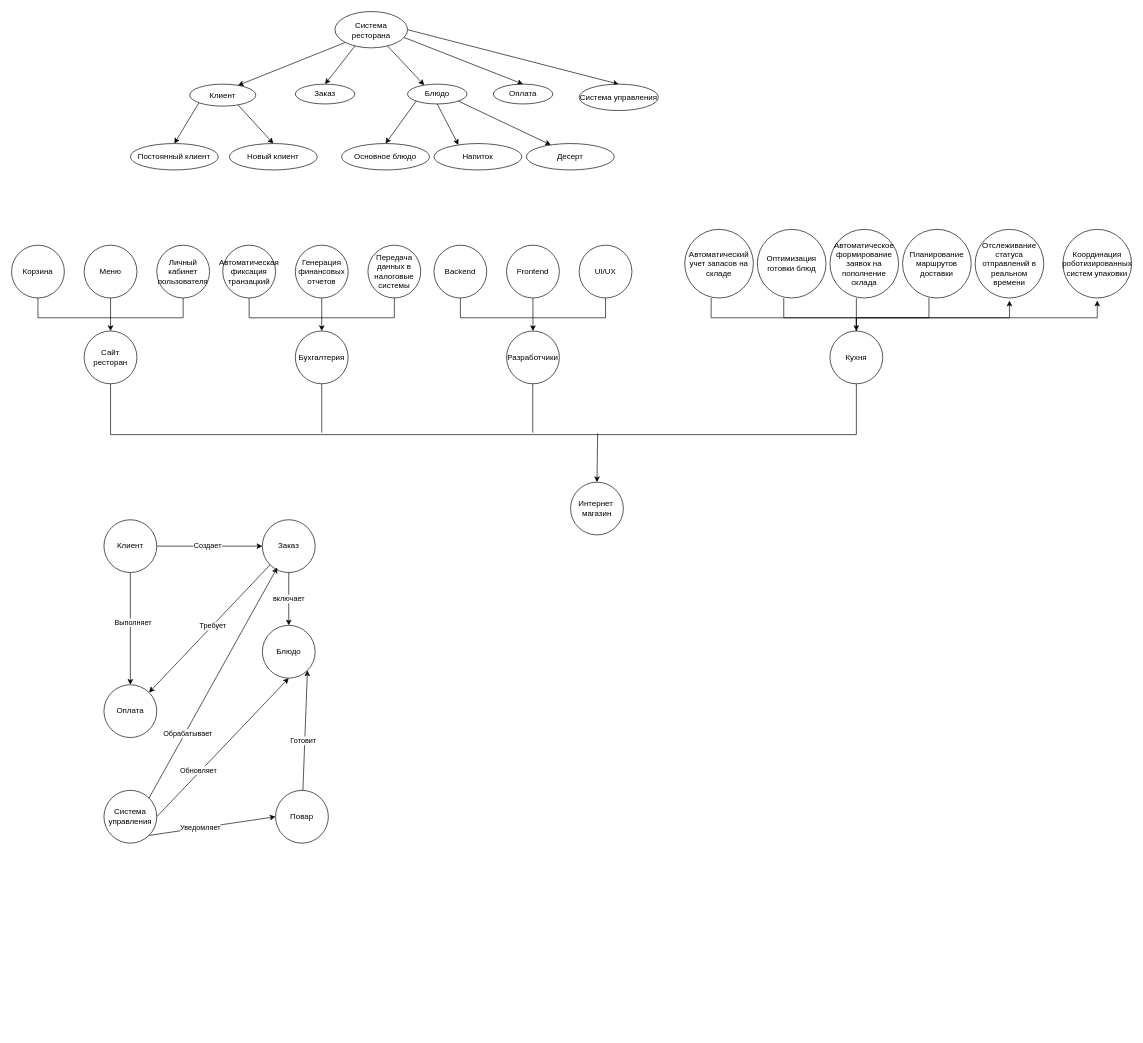
vanyailnitsk/vanyailnitsk.github.io keeps this draw.io diagram as paps_2.drawio. Above is the earlier version. Source tidied: cells renumbered, new cells numbered last; positions are measured from the earlier drawing's top-left corner, leaving out a move shared by most shapes. Both pictures are drawn from the tidied source at 66%, with x=0, y=0 at pixel (11, 11).
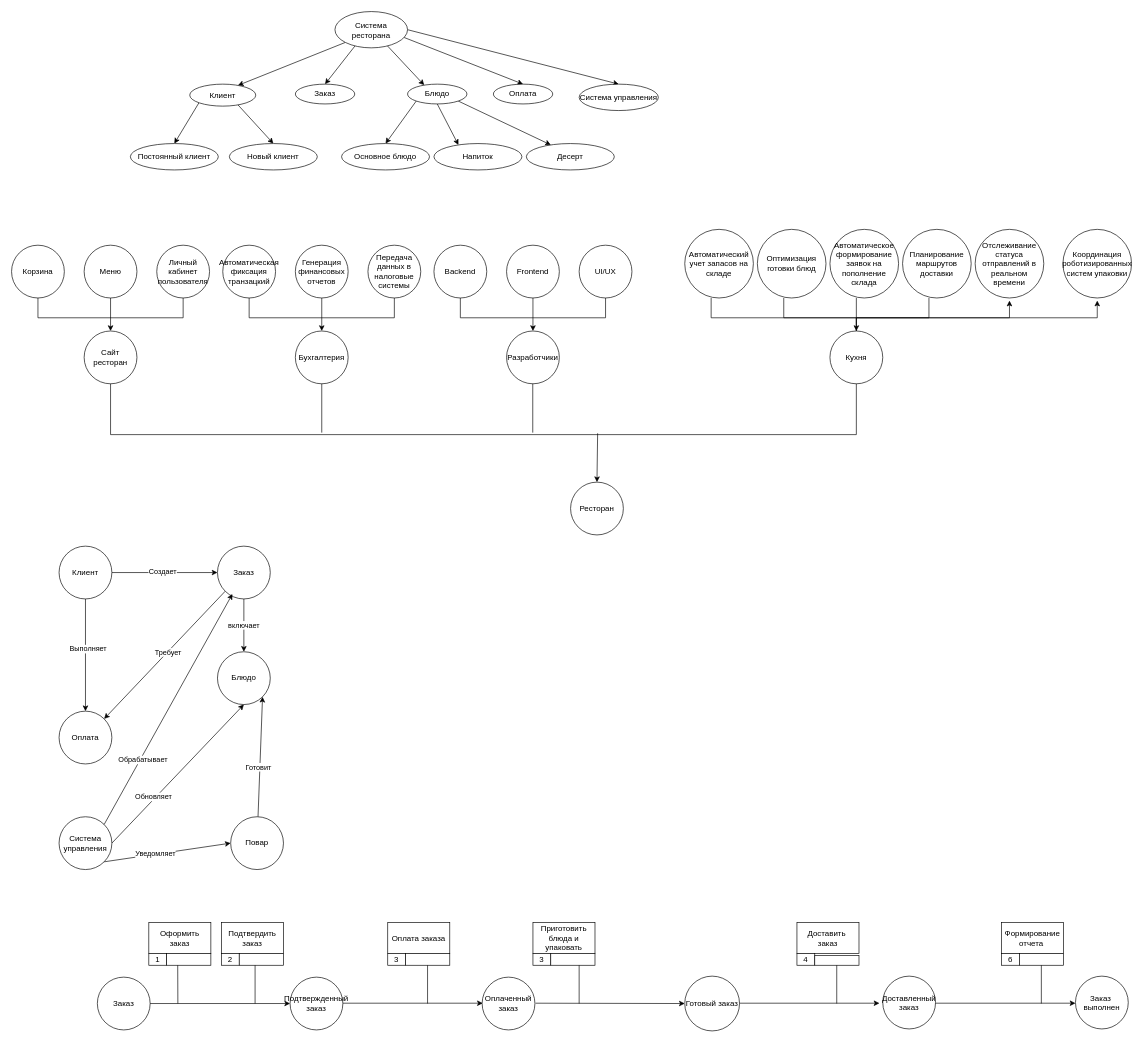
Above is the later version.

What changed in the source:
```diff
@@
     <mxCell id="27" value="Клиент" style="ellipse;whiteSpace=wrap;html=1;rounded=1;" parent="1" vertex="1">
-      <mxGeometry x="140" y="770" width="80" height="80" as="geometry" />
+      <mxGeometry x="72" y="810" width="80" height="80" as="geometry" />
     </mxCell>
@@
     <mxCell id="31" value="Заказ" style="ellipse;whiteSpace=wrap;html=1;rounded=1;" parent="1" vertex="1">
-      <mxGeometry x="380" y="770" width="80" height="80" as="geometry" />
+      <mxGeometry x="312" y="810" width="80" height="80" as="geometry" />
     </mxCell>
     <mxCell id="32" value="Блюдо" style="ellipse;whiteSpace=wrap;html=1;rounded=1;" parent="1" vertex="1">
-      <mxGeometry x="380" y="930" width="80" height="80" as="geometry" />
+      <mxGeometry x="312" y="970" width="80" height="80" as="geometry" />
     </mxCell>
     <mxCell id="33" value="Оплата" style="ellipse;whiteSpace=wrap;html=1;rounded=1;" parent="1" vertex="1">
-      <mxGeometry x="140" y="1020" width="80" height="80" as="geometry" />
+      <mxGeometry x="72" y="1060" width="80" height="80" as="geometry" />
     </mxCell>
@@
     <mxCell id="38" value="Система управления" style="ellipse;whiteSpace=wrap;html=1;rounded=1;" parent="1" vertex="1">
-      <mxGeometry x="140" y="1180" width="80" height="80" as="geometry" />
+      <mxGeometry x="72" y="1220" width="80" height="80" as="geometry" />
     </mxCell>
@@
     <mxCell id="43" value="Повар" style="ellipse;whiteSpace=wrap;html=1;rounded=1;" parent="1" vertex="1">
-      <mxGeometry x="400" y="1180" width="80" height="80" as="geometry" />
+      <mxGeometry x="332" y="1220" width="80" height="80" as="geometry" />
     </mxCell>
@@
-    <mxCell id="74" value="Интернет&amp;nbsp;&lt;div&gt;магазин&lt;/div&gt;" style="ellipse;whiteSpace=wrap;html=1;" parent="1" vertex="1">
+    <mxCell id="74" value="Ресторан" style="ellipse;whiteSpace=wrap;html=1;" parent="1" vertex="1">
       <mxGeometry x="847" y="713" width="80" height="80" as="geometry" />
     </mxCell>
@@
+    <mxCell id="79" value="Заказ" style="ellipse;whiteSpace=wrap;html=1;" parent="1" vertex="1">
+      <mxGeometry x="130" y="1463" width="80" height="80" as="geometry" />
+    </mxCell>
+    <mxCell id="80" value="Подтвержденный заказ" style="ellipse;whiteSpace=wrap;html=1;" parent="1" vertex="1">
+      <mxGeometry x="422" y="1463" width="80" height="80" as="geometry" />
+    </mxCell>
+    <mxCell id="81" value="Готовый заказ" style="ellipse;whiteSpace=wrap;html=1;" parent="1" vertex="1">
+      <mxGeometry x="1020" y="1461.5" width="83" height="83" as="geometry" />
+    </mxCell>
+    <mxCell id="82" value="Доставленный&lt;div&gt;заказ&lt;/div&gt;" style="ellipse;whiteSpace=wrap;html=1;" parent="1" vertex="1">
+      <mxGeometry x="1320" y="1461.5" width="80" height="80" as="geometry" />
+    </mxCell>
+    <mxCell id="83" value="Заказ&amp;nbsp;&lt;div&gt;выполнен&lt;/div&gt;" style="ellipse;whiteSpace=wrap;html=1;" parent="1" vertex="1">
+      <mxGeometry x="1612" y="1461.5" width="80" height="80" as="geometry" />
+    </mxCell>
+    <mxCell id="84" style="endArrow=classic;html=1;rounded=0;exitX=1;exitY=0.5;exitDx=0;exitDy=0;entryX=0;entryY=0.5;entryDx=0;entryDy=0;" parent="1" edge="1" source="79" target="80">
+      <mxGeometry relative="1" as="geometry" />
+    </mxCell>
+    <mxCell id="85" style="endArrow=classic;html=1;rounded=0;exitX=1;exitY=0.5;exitDx=0;exitDy=0;entryX=0;entryY=0.5;entryDx=0;entryDy=0;" parent="1" edge="1">
+      <mxGeometry relative="1" as="geometry">
+        <mxPoint x="502" y="1502.5" as="sourcePoint" />
+        <mxPoint x="714" y="1502.5" as="targetPoint" />
+      </mxGeometry>
+    </mxCell>
+    <mxCell id="86" style="endArrow=classic;html=1;rounded=0;exitX=1;exitY=0.5;exitDx=0;exitDy=0;entryX=0;entryY=0.5;entryDx=0;entryDy=0;" parent="1" edge="1" target="81">
+      <mxGeometry relative="1" as="geometry">
+        <mxPoint x="794" y="1502.5" as="sourcePoint" />
+      </mxGeometry>
+    </mxCell>
+    <mxCell id="87" style="endArrow=classic;html=1;rounded=0;exitX=1;exitY=0.5;exitDx=0;exitDy=0;entryX=0;entryY=0.5;entryDx=0;entryDy=0;" parent="1" edge="1">
+      <mxGeometry relative="1" as="geometry">
+        <mxPoint x="1400" y="1502.5" as="sourcePoint" />
+        <mxPoint x="1612" y="1502.5" as="targetPoint" />
+      </mxGeometry>
+    </mxCell>
+    <mxCell id="88" value="Оформить&lt;div&gt;заказ&lt;/div&gt;" style="rounded=0;whiteSpace=wrap;html=1;" parent="1" vertex="1">
+      <mxGeometry x="208" y="1380" width="94" height="47" as="geometry" />
+    </mxCell>
+    <mxCell id="89" value="1" style="rounded=0;whiteSpace=wrap;html=1;" parent="1" vertex="1">
+      <mxGeometry x="208" y="1427" width="27" height="18" as="geometry" />
+    </mxCell>
+    <mxCell id="90" style="rounded=0;whiteSpace=wrap;html=1;" parent="1" vertex="1">
+      <mxGeometry x="235" y="1427" width="67" height="18" as="geometry" />
+    </mxCell>
+    <mxCell id="91" value="Подтвердить&lt;div&gt;заказ&lt;/div&gt;" style="rounded=0;whiteSpace=wrap;html=1;" parent="1" vertex="1">
+      <mxGeometry x="318" y="1380" width="94" height="47" as="geometry" />
+    </mxCell>
+    <mxCell id="92" value="2" style="rounded=0;whiteSpace=wrap;html=1;" parent="1" vertex="1">
+      <mxGeometry x="318" y="1427" width="27" height="18" as="geometry" />
+    </mxCell>
+    <mxCell id="93" style="rounded=0;whiteSpace=wrap;html=1;" parent="1" vertex="1">
+      <mxGeometry x="345" y="1427" width="67" height="18" as="geometry" />
+    </mxCell>
+    <mxCell id="94" value="Приготовить блюда и упаковать" style="rounded=0;whiteSpace=wrap;html=1;" parent="1" vertex="1">
+      <mxGeometry x="790" y="1380" width="94" height="47" as="geometry" />
+    </mxCell>
+    <mxCell id="95" value="3" style="rounded=0;whiteSpace=wrap;html=1;" parent="1" vertex="1">
+      <mxGeometry x="790" y="1427" width="27" height="18" as="geometry" />
+    </mxCell>
+    <mxCell id="96" style="rounded=0;whiteSpace=wrap;html=1;" parent="1" vertex="1">
+      <mxGeometry x="817" y="1427" width="67" height="18" as="geometry" />
+    </mxCell>
+    <mxCell id="97" value="Доставить&amp;nbsp;&lt;div&gt;заказ&lt;/div&gt;" style="rounded=0;whiteSpace=wrap;html=1;" parent="1" vertex="1">
+      <mxGeometry x="1190" y="1380" width="94" height="47" as="geometry" />
+    </mxCell>
+    <mxCell id="98" value="4" style="rounded=0;whiteSpace=wrap;html=1;" parent="1" vertex="1">
+      <mxGeometry x="1190" y="1427" width="27" height="18" as="geometry" />
+    </mxCell>
+    <mxCell id="99" style="rounded=0;whiteSpace=wrap;html=1;" parent="1" vertex="1">
+      <mxGeometry x="1217" y="1430" width="67" height="15" as="geometry" />
+    </mxCell>
+    <mxCell id="100" value="&lt;div&gt;Формирование&lt;br&gt;отчета&amp;nbsp;&lt;/div&gt;" style="rounded=0;whiteSpace=wrap;html=1;" parent="1" vertex="1">
+      <mxGeometry x="1500" y="1380" width="94" height="47" as="geometry" />
+    </mxCell>
+    <mxCell id="101" value="6" style="rounded=0;whiteSpace=wrap;html=1;" parent="1" vertex="1">
+      <mxGeometry x="1500" y="1427" width="27" height="18" as="geometry" />
+    </mxCell>
+    <mxCell id="102" style="rounded=0;whiteSpace=wrap;html=1;" parent="1" vertex="1">
+      <mxGeometry x="1527" y="1427" width="67" height="18" as="geometry" />
+    </mxCell>
+    <mxCell id="103" style="endArrow=none;html=1;rounded=0;entryX=0.25;entryY=1;entryDx=0;entryDy=0;" parent="1" edge="1" target="90">
+      <mxGeometry relative="1" as="geometry">
+        <mxPoint x="252" y="1503" as="sourcePoint" />
+      </mxGeometry>
+    </mxCell>
+    <mxCell id="104" style="endArrow=none;html=1;rounded=0;entryX=0.25;entryY=1;entryDx=0;entryDy=0;" parent="1" edge="1">
+      <mxGeometry relative="1" as="geometry">
+        <mxPoint x="369" y="1503" as="sourcePoint" />
+        <mxPoint x="369" y="1445" as="targetPoint" />
+      </mxGeometry>
+    </mxCell>
+    <mxCell id="105" style="endArrow=none;html=1;rounded=0;entryX=0.25;entryY=1;entryDx=0;entryDy=0;" parent="1" edge="1">
+      <mxGeometry relative="1" as="geometry">
+        <mxPoint x="860" y="1503" as="sourcePoint" />
+        <mxPoint x="860" y="1445" as="targetPoint" />
+      </mxGeometry>
+    </mxCell>
+    <mxCell id="106" style="endArrow=none;html=1;rounded=0;entryX=0.25;entryY=1;entryDx=0;entryDy=0;" parent="1" edge="1">
+      <mxGeometry relative="1" as="geometry">
+        <mxPoint x="1250.3" y="1503" as="sourcePoint" />
+        <mxPoint x="1250.3" y="1445" as="targetPoint" />
+      </mxGeometry>
+    </mxCell>
+    <mxCell id="107" style="endArrow=none;html=1;rounded=0;entryX=0.25;entryY=1;entryDx=0;entryDy=0;" parent="1" edge="1">
+      <mxGeometry relative="1" as="geometry">
+        <mxPoint x="1560.3" y="1503" as="sourcePoint" />
+        <mxPoint x="1560.3" y="1445" as="targetPoint" />
+      </mxGeometry>
+    </mxCell>
+    <mxCell id="108" value="Оплаченный заказ" style="ellipse;whiteSpace=wrap;html=1;" parent="1" vertex="1">
+      <mxGeometry x="713" y="1463" width="80" height="80" as="geometry" />
+    </mxCell>
+    <mxCell id="109" style="endArrow=classic;html=1;rounded=0;exitX=1;exitY=0.5;exitDx=0;exitDy=0;entryX=0;entryY=0.5;entryDx=0;entryDy=0;" parent="1" edge="1">
+      <mxGeometry relative="1" as="geometry">
+        <mxPoint x="1103" y="1502.5" as="sourcePoint" />
+        <mxPoint x="1315" y="1502.5" as="targetPoint" />
+      </mxGeometry>
+    </mxCell>
+    <mxCell id="110" value="Оплата заказа" style="rounded=0;whiteSpace=wrap;html=1;" parent="1" vertex="1">
+      <mxGeometry x="570" y="1380" width="94" height="47" as="geometry" />
+    </mxCell>
+    <mxCell id="111" value="3" style="rounded=0;whiteSpace=wrap;html=1;" parent="1" vertex="1">
+      <mxGeometry x="570" y="1427" width="27" height="18" as="geometry" />
+    </mxCell>
+    <mxCell id="112" style="rounded=0;whiteSpace=wrap;html=1;" parent="1" vertex="1">
+      <mxGeometry x="597" y="1427" width="67" height="18" as="geometry" />
+    </mxCell>
+    <mxCell id="113" style="endArrow=none;html=1;rounded=0;entryX=0.25;entryY=1;entryDx=0;entryDy=0;" parent="1" edge="1">
+      <mxGeometry relative="1" as="geometry">
+        <mxPoint x="630.3" y="1503" as="sourcePoint" />
+        <mxPoint x="630.3" y="1445" as="targetPoint" />
+      </mxGeometry>
+    </mxCell>
```
